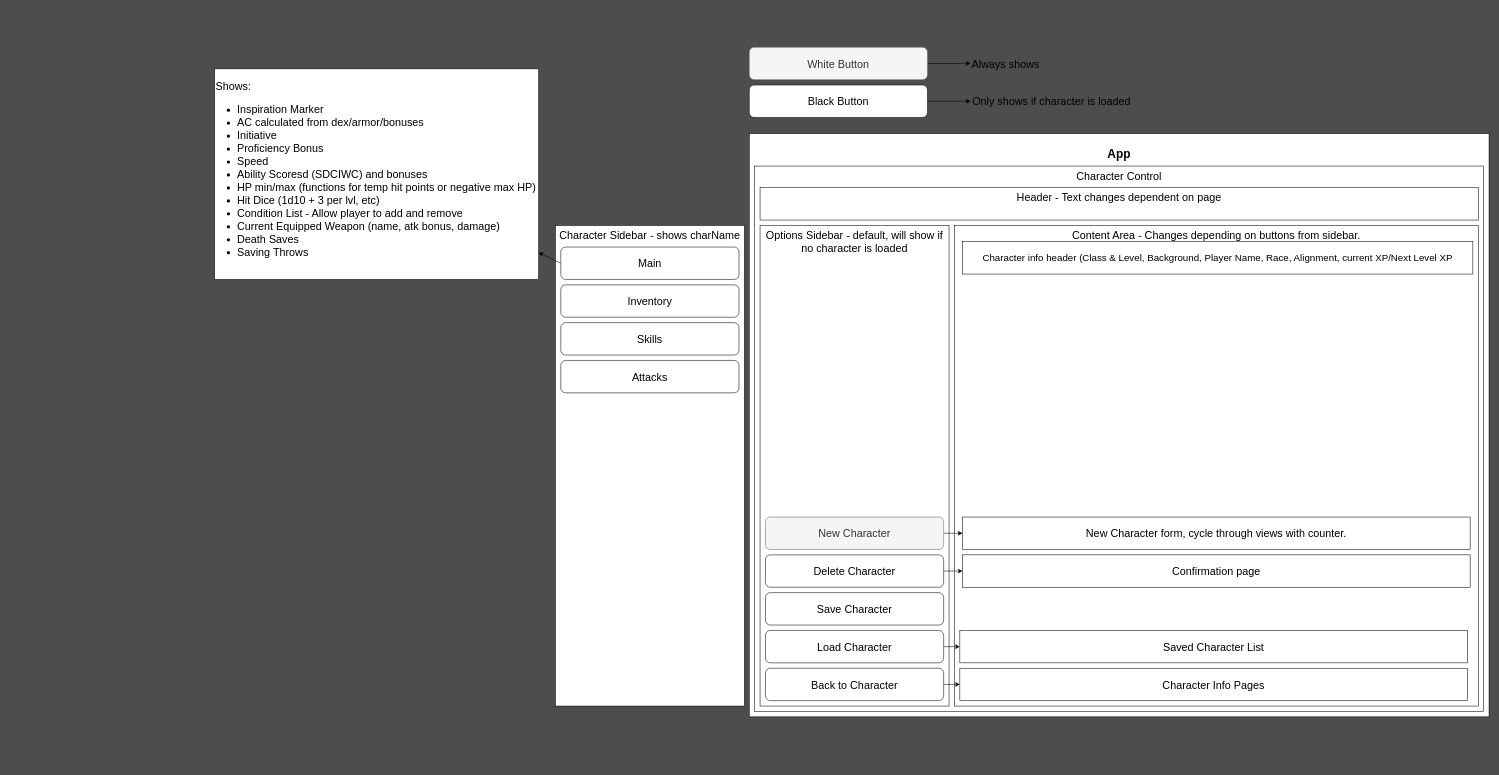
benjaminw1030/dnd-character-creator keeps this draw.io diagram as diagram.drawio. Above is the earlier version. Source tidied: cells renumbered, new cells numbered last; positions are measured from the earlier drawing's top-left corner, leaving out a move shared by most shapes. Both pictures are drawn from the tidied source at 54%, with x=0, y=0 at pixel (214, 47).
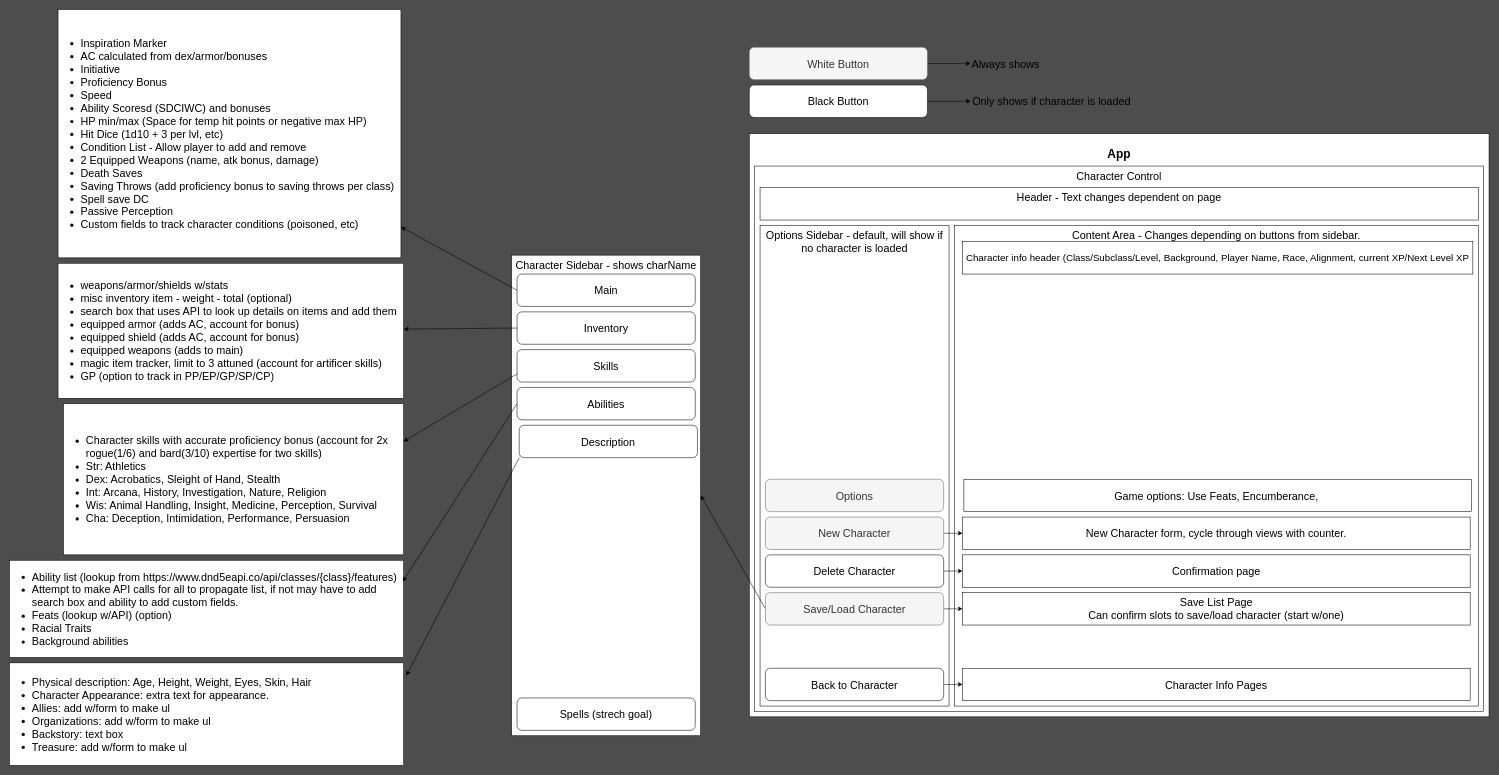
Above is the later version.

Change to the diagram source:
```diff
@@
-    <mxCell id="9" style="edgeStyle=none;html=1;fontSize=20;" parent="1" edge="1" source="10" target="24">
-      <mxGeometry relative="1" as="geometry" />
-    </mxCell>
-    <mxCell id="10" value="Load Character" style="rounded=1;whiteSpace=wrap;html=1;fontSize=20;verticalAlign=middle;" parent="1" vertex="1">
-      <mxGeometry x="1020" y="1080" width="330" height="60" as="geometry" />
-    </mxCell>
+    <mxCell id="34" style="edgeStyle=none;html=1;fontSize=18;entryX=1;entryY=0.5;entryDx=0;entryDy=0;exitX=0;exitY=0.5;exitDx=0;exitDy=0;" parent="1" edge="1" source="11" target="26">
+      <mxGeometry relative="1" as="geometry" />
+    </mxCell>
+    <mxCell id="35" style="edgeStyle=none;html=1;fontSize=18;" parent="1" edge="1" source="11" target="48">
+      <mxGeometry relative="1" as="geometry" />
+    </mxCell>
-    <mxCell id="11" value="Save Character" style="rounded=1;whiteSpace=wrap;html=1;fontSize=20;verticalAlign=middle;" parent="1" vertex="1">
+    <mxCell id="11" value="Save/Load Character" style="rounded=1;whiteSpace=wrap;html=1;fontSize=20;verticalAlign=middle;fillColor=#f5f5f5;strokeColor=#666666;fontColor=#333333;" parent="1" vertex="1">
       <mxGeometry x="1020" y="1010" width="330" height="60" as="geometry" />
     </mxCell>
@@
-    <mxCell id="24" value="Saved Character List" style="rounded=0;whiteSpace=wrap;html=1;fontSize=20;verticalAlign=middle;" parent="1" vertex="1">
-      <mxGeometry x="1380" y="1080" width="940" height="60" as="geometry" />
-    </mxCell>
     <mxCell id="25" value="Character Info Pages" style="rounded=0;whiteSpace=wrap;html=1;fontSize=20;verticalAlign=middle;" parent="1" vertex="1">
-      <mxGeometry x="1380" y="1150" width="940" height="60" as="geometry" />
+      <mxGeometry x="1385" y="1150" width="940" height="60" as="geometry" />
     </mxCell>
+    <mxCell id="32" value="&lt;ul&gt;&lt;li&gt;&lt;span&gt;Inspiration Marker&lt;/span&gt;&lt;/li&gt;&lt;li&gt;AC calculated from dex/armor/bonuses&lt;/li&gt;&lt;li&gt;Initiative&lt;/li&gt;&lt;li&gt;Proficiency Bonus&lt;/li&gt;&lt;li&gt;Speed&lt;/li&gt;&lt;li&gt;Ability Scoresd (SDCIWC) and bonuses&lt;/li&gt;&lt;li&gt;HP min/max (Space for temp hit points or negative max HP)&lt;/li&gt;&lt;li&gt;Hit Dice (1d10 + 3 per lvl, etc)&lt;/li&gt;&lt;li&gt;Condition List - Allow player to add and remove&lt;/li&gt;&lt;li&gt;2 Equipped Weapons (name, atk bonus, damage)&lt;/li&gt;&lt;li&gt;Death Saves&lt;/li&gt;&lt;li&gt;Saving Throws (add proficiency bonus to saving throws per class)&lt;/li&gt;&lt;li&gt;Spell save DC&lt;/li&gt;&lt;li&gt;Passive Perception&lt;/li&gt;&lt;li&gt;Custom fields to track character conditions (poisoned, etc)&lt;/li&gt;&lt;/ul&gt;" style="rounded=0;whiteSpace=wrap;html=1;fontSize=20;verticalAlign=middle;align=left;" parent="1" vertex="1">
+      <mxGeometry x="-290" y="-70" width="635" height="460" as="geometry" />
+    </mxCell>
+    <mxCell id="33" value="Character info header (Class/Subclass/Level, Background, Player Name, Race, Alignment, current XP/Next Level XP" style="rounded=0;whiteSpace=wrap;html=1;fontSize=18;verticalAlign=middle;" parent="1" vertex="1">
+      <mxGeometry x="1385" y="360" width="945" height="60" as="geometry" />
+    </mxCell>
+    <mxCell id="36" value="&lt;ul&gt;&lt;li&gt;&lt;span&gt;weapons/armor/shields w/stats&lt;/span&gt;&lt;/li&gt;&lt;li&gt;misc inventory item - weight - total (optional)&lt;/li&gt;&lt;li&gt;search box that uses API to look up details on items and add them&lt;/li&gt;&lt;li&gt;equipped armor (adds AC, account for bonus)&lt;/li&gt;&lt;li&gt;equipped shield (adds AC, account for bonus)&lt;/li&gt;&lt;li&gt;equipped weapons (adds to main)&lt;/li&gt;&lt;li&gt;magic item tracker, limit to 3 attuned (account for artificer skills)&lt;/li&gt;&lt;li&gt;GP (option to track in PP/EP/GP/SP/CP)&lt;/li&gt;&lt;/ul&gt;" style="rounded=0;whiteSpace=wrap;html=1;fontSize=20;verticalAlign=middle;align=left;" parent="1" vertex="1">
+      <mxGeometry x="-290" y="400" width="640" height="250" as="geometry" />
+    </mxCell>
+    <mxCell id="37" value="Options" style="rounded=1;whiteSpace=wrap;html=1;fontSize=20;verticalAlign=middle;fillColor=#f5f5f5;strokeColor=#666666;fontColor=#333333;" parent="1" vertex="1">
+      <mxGeometry x="1020" y="800" width="330" height="60" as="geometry" />
+    </mxCell>
+    <mxCell id="38" value="&lt;ul&gt;&lt;li&gt;&lt;span&gt;Character skills with accurate proficiency bonus (account for 2x rogue(1/6) and bard(3/10) expertise for two skills)&lt;/span&gt;&lt;/li&gt;&lt;li&gt;Str: Athletics&lt;/li&gt;&lt;li&gt;Dex: Acrobatics, Sleight of Hand, Stealth&lt;/li&gt;&lt;li&gt;Int: Arcana, History, Investigation, Nature, Religion&lt;/li&gt;&lt;li&gt;Wis: Animal Handling, Insight, Medicine, Perception, Survival&lt;/li&gt;&lt;li&gt;Cha: Deception, Intimidation, Performance, Persuasion&lt;/li&gt;&lt;/ul&gt;" style="rounded=0;whiteSpace=wrap;html=1;fontSize=20;verticalAlign=middle;align=left;" parent="1" vertex="1">
+      <mxGeometry x="-280" y="660" width="630" height="280" as="geometry" />
+    </mxCell>
+    <mxCell id="39" value="&lt;ul&gt;&lt;li&gt;&lt;span&gt;Ability list (lookup from https://www.dnd5eapi.co/api/classes/{class}/features)&lt;/span&gt;&lt;/li&gt;&lt;li&gt;Attempt to make API calls for all to propagate list, if not may have to add search box and ability to add custom fields.&lt;/li&gt;&lt;li&gt;Feats (lookup w/API) (option)&lt;/li&gt;&lt;li&gt;Racial Traits&lt;/li&gt;&lt;li&gt;Background abilities&lt;/li&gt;&lt;/ul&gt;" style="rounded=0;whiteSpace=wrap;html=1;fontSize=20;verticalAlign=middle;align=left;" parent="1" vertex="1">
+      <mxGeometry x="-380" y="950" width="730" height="180" as="geometry" />
+    </mxCell>
+    <mxCell id="40" value="&lt;ul&gt;&lt;li&gt;&lt;span&gt;Physical description: Age, Height, Weight, Eyes, Skin, Hair&lt;/span&gt;&lt;/li&gt;&lt;li&gt;Character Appearance: extra text for appearance.&lt;/li&gt;&lt;li&gt;Allies: add w/form to make ul&lt;/li&gt;&lt;li&gt;Organizations: add w/form to make ul&lt;/li&gt;&lt;li&gt;Backstory: text box&lt;/li&gt;&lt;li&gt;Treasure: add w/form to make ul&lt;/li&gt;&lt;/ul&gt;" style="rounded=0;whiteSpace=wrap;html=1;fontSize=20;verticalAlign=middle;align=left;" parent="1" vertex="1">
+      <mxGeometry x="-380" y="1140" width="730" height="190" as="geometry" />
+    </mxCell>
+    <mxCell id="41" style="group;" parent="1" vertex="1">
+      <mxGeometry x="550" y="385" width="350" height="890" as="geometry" />
+    </mxCell>
-    <mxCell id="26" value="Character Sidebar - shows charName" style="rounded=0;whiteSpace=wrap;html=1;verticalAlign=top;fontSize=20;" parent="1" vertex="1">
-      <mxGeometry x="631" y="330" width="350" height="890" as="geometry" />
+    <mxCell id="26" value="Character Sidebar - shows charName" style="rounded=0;whiteSpace=wrap;html=1;verticalAlign=top;fontSize=20;" parent="41" vertex="1">
+      <mxGeometry width="350" height="890" as="geometry" />
     </mxCell>
-    <mxCell id="27" style="edgeStyle=none;html=1;fontSize=18;exitX=0;exitY=0.5;exitDx=0;exitDy=0;" parent="1" edge="1" source="28" target="32">
-      <mxGeometry relative="1" as="geometry" />
-    </mxCell>
-    <mxCell id="28" value="Main" style="rounded=1;whiteSpace=wrap;html=1;fontSize=20;verticalAlign=middle;" parent="1" vertex="1">
-      <mxGeometry x="641" y="370" width="330" height="60" as="geometry" />
+    <mxCell id="28" value="Main" style="rounded=1;whiteSpace=wrap;html=1;fontSize=20;verticalAlign=middle;" parent="41" vertex="1">
+      <mxGeometry x="10" y="35" width="330" height="60" as="geometry" />
     </mxCell>
-    <mxCell id="29" value="Inventory" style="rounded=1;whiteSpace=wrap;html=1;fontSize=20;verticalAlign=middle;" parent="1" vertex="1">
-      <mxGeometry x="641" y="440" width="330" height="60" as="geometry" />
+    <mxCell id="29" value="Inventory" style="rounded=1;whiteSpace=wrap;html=1;fontSize=20;verticalAlign=middle;" parent="41" vertex="1">
+      <mxGeometry x="10" y="105" width="330" height="60" as="geometry" />
     </mxCell>
-    <mxCell id="30" value="Skills" style="rounded=1;whiteSpace=wrap;html=1;fontSize=20;verticalAlign=middle;" parent="1" vertex="1">
-      <mxGeometry x="641" y="510" width="330" height="60" as="geometry" />
+    <mxCell id="30" value="Skills" style="rounded=1;whiteSpace=wrap;html=1;fontSize=20;verticalAlign=middle;" parent="41" vertex="1">
+      <mxGeometry x="10" y="175" width="330" height="60" as="geometry" />
     </mxCell>
-    <mxCell id="31" value="Attacks" style="rounded=1;whiteSpace=wrap;html=1;fontSize=20;verticalAlign=middle;" parent="1" vertex="1">
-      <mxGeometry x="641" y="580" width="330" height="60" as="geometry" />
+    <mxCell id="31" value="Spells (strech goal)" style="rounded=1;whiteSpace=wrap;html=1;fontSize=20;verticalAlign=middle;" parent="41" vertex="1">
+      <mxGeometry x="10" y="820" width="330" height="60" as="geometry" />
     </mxCell>
-    <mxCell id="32" value="Shows:&lt;br&gt;&lt;ul&gt;&lt;li&gt;Inspiration Marker&lt;/li&gt;&lt;li&gt;AC calculated from dex/armor/bonuses&lt;/li&gt;&lt;li&gt;Initiative&lt;/li&gt;&lt;li&gt;Proficiency Bonus&lt;/li&gt;&lt;li&gt;Speed&lt;/li&gt;&lt;li&gt;Ability Scoresd (SDCIWC) and bonuses&lt;/li&gt;&lt;li&gt;HP min/max (functions for temp hit points or negative max HP)&lt;/li&gt;&lt;li&gt;Hit Dice (1d10 + 3 per lvl, etc)&lt;/li&gt;&lt;li&gt;Condition List - Allow player to add and remove&lt;/li&gt;&lt;li&gt;Current Equipped Weapon (name, atk bonus, damage)&lt;/li&gt;&lt;li&gt;Death Saves&lt;/li&gt;&lt;li&gt;Saving Throws&lt;/li&gt;&lt;/ul&gt;" style="rounded=0;whiteSpace=wrap;html=1;fontSize=20;verticalAlign=middle;align=left;" parent="1" vertex="1">
-      <mxGeometry y="40" width="600" height="390" as="geometry" />
-    </mxCell>
-    <mxCell id="33" value="Character info header (Class &amp;amp; Level, Background, Player Name, Race, Alignment, current XP/Next Level XP" style="rounded=0;whiteSpace=wrap;html=1;fontSize=18;verticalAlign=middle;" parent="1" vertex="1">
-      <mxGeometry x="1385" y="360" width="945" height="60" as="geometry" />
-    </mxCell>
+    <mxCell id="42" value="Abilities" style="rounded=1;whiteSpace=wrap;html=1;fontSize=20;verticalAlign=middle;" parent="41" vertex="1">
+      <mxGeometry x="10" y="245" width="330" height="60" as="geometry" />
+    </mxCell>
+    <mxCell id="43" value="Description" style="rounded=1;whiteSpace=wrap;html=1;fontSize=20;verticalAlign=middle;" parent="41" vertex="1">
+      <mxGeometry x="14" y="315" width="330" height="60" as="geometry" />
+    </mxCell>
+    <mxCell id="44" style="edgeStyle=none;html=1;fontSize=18;entryX=0.998;entryY=0.218;entryDx=0;entryDy=0;entryPerimeter=0;exitX=0;exitY=0.5;exitDx=0;exitDy=0;" parent="1" edge="1" source="42" target="39">
+      <mxGeometry relative="1" as="geometry" />
+    </mxCell>
+    <mxCell id="45" style="edgeStyle=none;html=1;fontSize=18;entryX=1;entryY=0.25;entryDx=0;entryDy=0;exitX=0;exitY=0.75;exitDx=0;exitDy=0;" parent="1" edge="1" source="30" target="38">
+      <mxGeometry relative="1" as="geometry" />
+    </mxCell>
+    <mxCell id="46" style="edgeStyle=none;html=1;fontSize=18;exitX=0;exitY=0.5;exitDx=0;exitDy=0;" parent="1" edge="1" source="29" target="36">
+      <mxGeometry relative="1" as="geometry" />
+    </mxCell>
+    <mxCell id="27" style="edgeStyle=none;html=1;fontSize=18;exitX=0;exitY=0.5;exitDx=0;exitDy=0;" parent="1" edge="1" source="28" target="32">
+      <mxGeometry relative="1" as="geometry" />
+    </mxCell>
+    <mxCell id="47" style="edgeStyle=none;html=1;fontSize=18;entryX=1.007;entryY=0.124;entryDx=0;entryDy=0;entryPerimeter=0;exitX=0;exitY=1;exitDx=0;exitDy=0;" parent="1" edge="1" source="43" target="40">
+      <mxGeometry relative="1" as="geometry" />
+    </mxCell>
+    <mxCell id="48" value="Save List Page&lt;br&gt;Can confirm slots to save/load character (start w/one)" style="rounded=0;whiteSpace=wrap;html=1;fontSize=20;verticalAlign=middle;" parent="1" vertex="1">
+      <mxGeometry x="1385" y="1010" width="940" height="60" as="geometry" />
+    </mxCell>
+    <mxCell id="49" value="Game options: Use Feats, Encumberance,&amp;nbsp;" style="rounded=0;whiteSpace=wrap;html=1;fontSize=20;verticalAlign=middle;" parent="1" vertex="1">
+      <mxGeometry x="1387.5" y="800" width="940" height="60" as="geometry" />
+    </mxCell>
```
